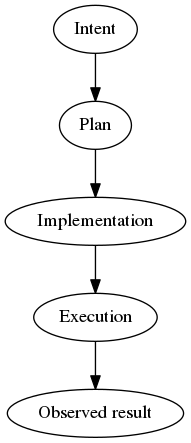
Before: doc/progProcessInDetail.png, a diagram exported from Graphviz (mgajda/pyresumptions). Its source is kept beside it as doc/progProcessInDetail.dot.
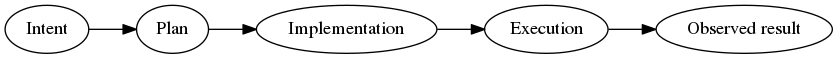
The same diagram one commit later.

Change to the diagram source:
```diff
@@ -1,4 +1,5 @@
 digraph "Programming process in detail" {
+  rankdir=LR;
 
 	"Intent" -> "Plan" -> "Implementation" -> "Execution" -> "Observed result";
 }
```
